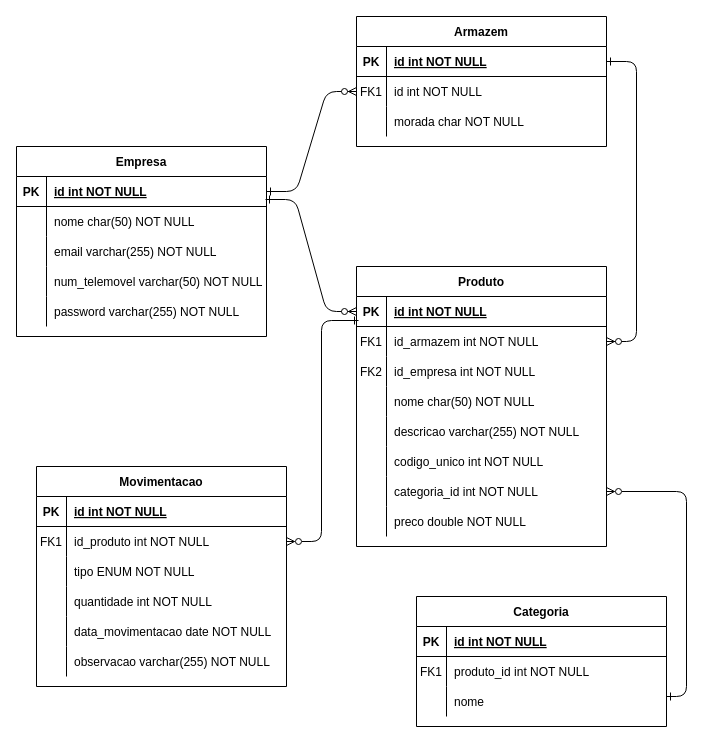
Earlier version of the draw.io diagram docs/stockmaster.drawio (tskxz/stockmaster). Source tidied: cells renumbered, new cells numbered last; positions are measured from the earlier drawing's top-left corner, leaving out a move shared by most shapes. Both pictures are drawn from the tidied source at 100%, with x=0, y=0 at pixel (16, 16).
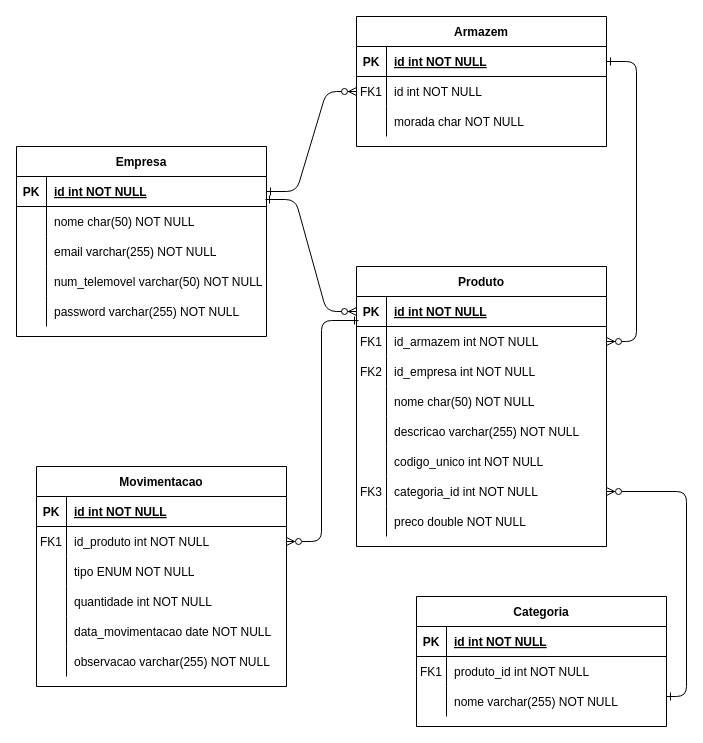
The same diagram, later.

Commit message:
docs: adicionar FK categoria

Unchanged cells that the change refers to:
```xml
<mxCell id="33" style="shape=partialRectangle;fillColor=none;points=[[0,0.5],[1,0.5]];portConstraint=eastwest;top=0;left=0;right=0;bottom=0;" parent="14" vertex="1">
  <mxGeometry y="210" width="250" height="30" as="geometry" />
</mxCell>
<mxCell id="82" style="shape=partialRectangle;fillColor=none;points=[[0,0.5],[1,0.5]];portConstraint=eastwest;top=0;left=0;right=0;bottom=0;" parent="75" vertex="1">
  <mxGeometry y="90" width="250" height="30" as="geometry" />
</mxCell>
```

The edit, as a diff of the source:
```diff
@@
-    <mxCell id="34" style="shape=partialRectangle;overflow=hidden;fillColor=none;top=0;left=0;bottom=0;right=0;" parent="33" vertex="1">
+    <mxCell id="34" value="FK3" style="shape=partialRectangle;overflow=hidden;fillColor=none;top=0;left=0;bottom=0;right=0;" parent="33" vertex="1">
       <mxGeometry width="30" height="30" as="geometry" />
     </mxCell>
@@
-    <mxCell id="84" value="nome" style="shape=partialRectangle;overflow=hidden;fillColor=none;top=0;left=0;bottom=0;right=0;align=left;spacingLeft=6;" parent="82" vertex="1">
+    <mxCell id="84" value="nome varchar(255) NOT NULL" style="shape=partialRectangle;overflow=hidden;fillColor=none;top=0;left=0;bottom=0;right=0;align=left;spacingLeft=6;" parent="82" vertex="1">
       <mxGeometry x="30" width="220" height="30" as="geometry" />
     </mxCell>
```
